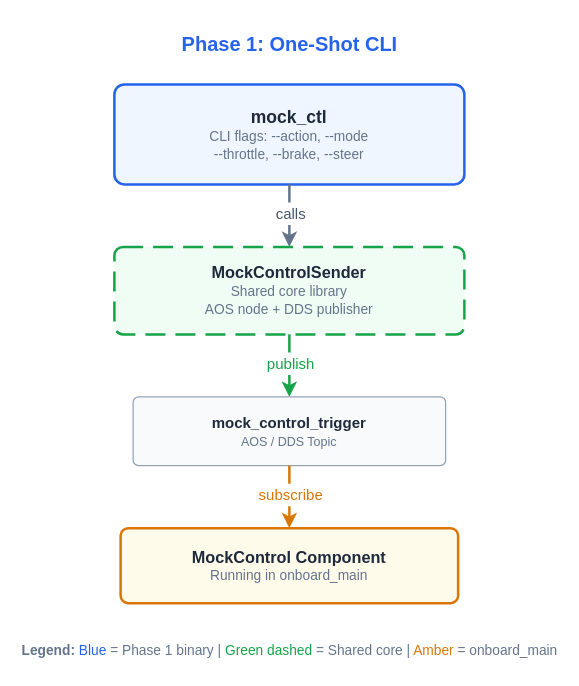
Earlier version of the draw.io diagram mock-control-cli/phase1.drawio (terry-zhangty/design-docs). Source tidied: cells renumbered, new cells numbered last; positions are measured from the earlier drawing's top-left corner, leaving out a move shared by most shapes. Both pictures are drawn from the tidied source at 125%, with x=0, y=0 at pixel (64, 21).
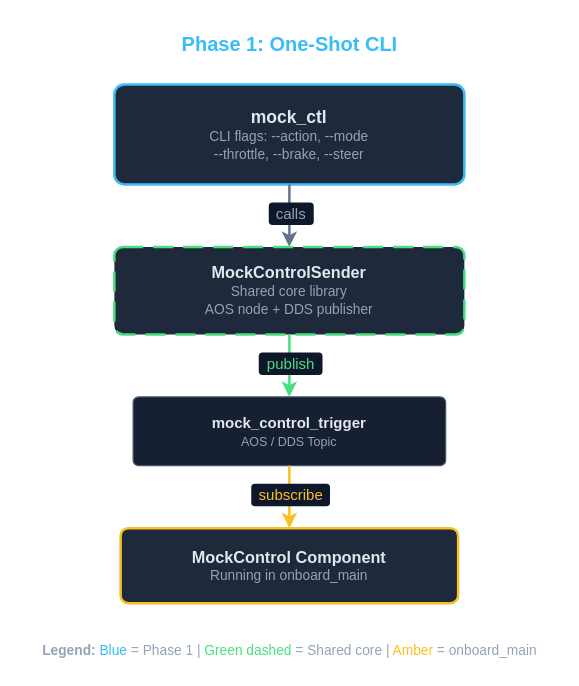
The same diagram, later.

Commit message (it also covers changes not shown here):
Revert to dark theme for page and diagrams

Change to the diagram source:
```diff
@@
 <mxGraphModel>
   <root>
     <mxCell id="0" />
     <mxCell id="1" parent="0" />
-    <mxCell id="2" value="&lt;b style=&quot;font-size:16px&quot;&gt;Phase 1: One-Shot CLI&lt;/b&gt;" style="text;html=1;strokeColor=none;fillColor=none;align=center;verticalAlign=middle;fontColor=#2563eb;" parent="1" vertex="1">
+    <mxCell id="2" value="&lt;b style=&quot;font-size:16px&quot;&gt;Phase 1: One-Shot CLI&lt;/b&gt;" style="text;html=1;strokeColor=none;fillColor=none;align=center;verticalAlign=middle;fontColor=#38bdf8;" parent="1" vertex="1">
       <mxGeometry x="30" width="300" height="35" as="geometry" />
     </mxCell>
-    <mxCell id="3" value="&lt;b style=&quot;font-size:14px&quot;&gt;mock_ctl&lt;/b&gt;&lt;br&gt;&lt;span style=&quot;font-size:11px;color:#64748b&quot;&gt;CLI flags: --action, --mode&lt;br&gt;--throttle, --brake, --steer&lt;/span&gt;" style="rounded=1;whiteSpace=wrap;html=1;fillColor=#eff6ff;strokeColor=#2563eb;strokeWidth=2;fontColor=#1e293b;arcSize=10;" parent="1" vertex="1">
+    <mxCell id="3" value="&lt;b style=&quot;font-size:14px&quot;&gt;mock_ctl&lt;/b&gt;&lt;br&gt;&lt;span style=&quot;font-size:11px;color:#94a3b8&quot;&gt;CLI flags: --action, --mode&lt;br&gt;--throttle, --brake, --steer&lt;/span&gt;" style="rounded=1;whiteSpace=wrap;html=1;fillColor=#1e293b;strokeColor=#38bdf8;strokeWidth=2;fontColor=#e2e8f0;arcSize=10;" parent="1" vertex="1">
       <mxGeometry x="40" y="50" width="280" height="80" as="geometry" />
     </mxCell>
     <mxCell id="4" style="edgeStyle=orthogonalEdgeStyle;rounded=1;html=1;strokeColor=#64748b;strokeWidth=2;exitX=0.5;exitY=1;entryX=0.5;entryY=0;endArrow=classic;endFill=1;" parent="1" edge="1" source="3" target="6">
       <mxGeometry relative="1" as="geometry" />
     </mxCell>
-    <mxCell id="5" value="&lt;span style=&quot;font-size:12px;color:#475569;background:#ffffff;padding:2px 6px;border-radius:3px&quot;&gt;calls&lt;/span&gt;" style="edgeLabel;html=1;align=center;verticalAlign=middle;" parent="4" vertex="1">
+    <mxCell id="5" value="&lt;span style=&quot;font-size:12px;color:#94a3b8;background:#0f172a;padding:2px 6px;border-radius:3px&quot;&gt;calls&lt;/span&gt;" style="edgeLabel;html=1;align=center;verticalAlign=middle;" parent="4" vertex="1">
       <mxGeometry x="-0.1" relative="1" as="geometry" />
     </mxCell>
-    <mxCell id="6" value="&lt;b style=&quot;font-size:13px&quot;&gt;MockControlSender&lt;/b&gt;&lt;br&gt;&lt;span style=&quot;font-size:11px;color:#64748b&quot;&gt;Shared core library&lt;br&gt;AOS node + DDS publisher&lt;/span&gt;" style="rounded=1;whiteSpace=wrap;html=1;fillColor=#f0fdf4;strokeColor=#16a34a;strokeWidth=2;fontColor=#1e293b;arcSize=10;dashed=1;dashPattern=8 4;" parent="1" vertex="1">
+    <mxCell id="6" value="&lt;b style=&quot;font-size:13px&quot;&gt;MockControlSender&lt;/b&gt;&lt;br&gt;&lt;span style=&quot;font-size:11px;color:#94a3b8&quot;&gt;Shared core library&lt;br&gt;AOS node + DDS publisher&lt;/span&gt;" style="rounded=1;whiteSpace=wrap;html=1;fillColor=#1e293b;strokeColor=#4ade80;strokeWidth=2;fontColor=#e2e8f0;arcSize=10;dashed=1;dashPattern=8 4;" parent="1" vertex="1">
       <mxGeometry x="40" y="180" width="280" height="70" as="geometry" />
     </mxCell>
-    <mxCell id="7" style="edgeStyle=orthogonalEdgeStyle;rounded=1;html=1;strokeColor=#16a34a;strokeWidth=2;exitX=0.5;exitY=1;entryX=0.5;entryY=0;endArrow=classic;endFill=1;" parent="1" edge="1" source="6" target="9">
+    <mxCell id="7" style="edgeStyle=orthogonalEdgeStyle;rounded=1;html=1;strokeColor=#4ade80;strokeWidth=2;exitX=0.5;exitY=1;entryX=0.5;entryY=0;endArrow=classic;endFill=1;" parent="1" edge="1" source="6" target="9">
       <mxGeometry relative="1" as="geometry" />
     </mxCell>
-    <mxCell id="8" value="&lt;span style=&quot;font-size:12px;color:#16a34a;background:#ffffff;padding:2px 6px;border-radius:3px&quot;&gt;publish&lt;/span&gt;" style="edgeLabel;html=1;align=center;verticalAlign=middle;" parent="7" vertex="1">
+    <mxCell id="8" value="&lt;span style=&quot;font-size:12px;color:#4ade80;background:#0f172a;padding:2px 6px;border-radius:3px&quot;&gt;publish&lt;/span&gt;" style="edgeLabel;html=1;align=center;verticalAlign=middle;" parent="7" vertex="1">
       <mxGeometry x="-0.1" relative="1" as="geometry" />
     </mxCell>
-    <mxCell id="9" value="&lt;b style=&quot;font-size:12px&quot;&gt;mock_control_trigger&lt;/b&gt;&lt;br&gt;&lt;span style=&quot;font-size:10px;color:#64748b&quot;&gt;AOS / DDS Topic&lt;/span&gt;" style="rounded=1;whiteSpace=wrap;html=1;fillColor=#f8fafc;strokeColor=#94a3b8;strokeWidth=1;fontColor=#1e293b;arcSize=8;" parent="1" vertex="1">
+    <mxCell id="9" value="&lt;b style=&quot;font-size:12px&quot;&gt;mock_control_trigger&lt;/b&gt;&lt;br&gt;&lt;span style=&quot;font-size:10px;color:#94a3b8&quot;&gt;AOS / DDS Topic&lt;/span&gt;" style="rounded=1;whiteSpace=wrap;html=1;fillColor=#162032;strokeColor=#475569;strokeWidth=1;fontColor=#e2e8f0;arcSize=8;" parent="1" vertex="1">
       <mxGeometry x="55" y="300" width="250" height="55" as="geometry" />
     </mxCell>
-    <mxCell id="10" style="edgeStyle=orthogonalEdgeStyle;rounded=1;html=1;strokeColor=#d97706;strokeWidth=2;exitX=0.5;exitY=1;entryX=0.5;entryY=0;endArrow=classic;endFill=1;" parent="1" edge="1" source="9" target="12">
+    <mxCell id="10" style="edgeStyle=orthogonalEdgeStyle;rounded=1;html=1;strokeColor=#fbbf24;strokeWidth=2;exitX=0.5;exitY=1;entryX=0.5;entryY=0;endArrow=classic;endFill=1;" parent="1" edge="1" source="9" target="12">
       <mxGeometry relative="1" as="geometry" />
     </mxCell>
-    <mxCell id="11" value="&lt;span style=&quot;font-size:12px;color:#d97706;background:#ffffff;padding:2px 6px;border-radius:3px&quot;&gt;subscribe&lt;/span&gt;" style="edgeLabel;html=1;align=center;verticalAlign=middle;" parent="10" vertex="1">
+    <mxCell id="11" value="&lt;span style=&quot;font-size:12px;color:#fbbf24;background:#0f172a;padding:2px 6px;border-radius:3px&quot;&gt;subscribe&lt;/span&gt;" style="edgeLabel;html=1;align=center;verticalAlign=middle;" parent="10" vertex="1">
       <mxGeometry x="-0.1" relative="1" as="geometry" />
     </mxCell>
-    <mxCell id="12" value="&lt;b style=&quot;font-size:13px&quot;&gt;MockControl Component&lt;/b&gt;&lt;br&gt;&lt;span style=&quot;font-size:11px;color:#64748b&quot;&gt;Running in onboard_main&lt;/span&gt;" style="rounded=1;whiteSpace=wrap;html=1;fillColor=#fffbeb;strokeColor=#d97706;strokeWidth=2;fontColor=#1e293b;arcSize=10;" parent="1" vertex="1">
+    <mxCell id="12" value="&lt;b style=&quot;font-size:13px&quot;&gt;MockControl Component&lt;/b&gt;&lt;br&gt;&lt;span style=&quot;font-size:11px;color:#94a3b8&quot;&gt;Running in onboard_main&lt;/span&gt;" style="rounded=1;whiteSpace=wrap;html=1;fillColor=#1e293b;strokeColor=#fbbf24;strokeWidth=2;fontColor=#e2e8f0;arcSize=10;" parent="1" vertex="1">
       <mxGeometry x="45" y="405" width="270" height="60" as="geometry" />
     </mxCell>
-    <mxCell id="13" value="&lt;span style=&quot;font-size:11px;color:#64748b&quot;&gt;&lt;b&gt;Legend:&lt;/b&gt;  &lt;span style=&quot;color:#2563eb&quot;&gt;Blue&lt;/span&gt; = Phase 1 binary  |  &lt;span style=&quot;color:#16a34a&quot;&gt;Green dashed&lt;/span&gt; = Shared core  |  &lt;span style=&quot;color:#d97706&quot;&gt;Amber&lt;/span&gt; = onboard_main&lt;/span&gt;" style="text;html=1;strokeColor=none;fillColor=none;align=center;verticalAlign=middle;" parent="1" vertex="1">
+    <mxCell id="13" value="&lt;span style=&quot;font-size:11px;color:#94a3b8&quot;&gt;&lt;b&gt;Legend:&lt;/b&gt;  &lt;span style=&quot;color:#38bdf8&quot;&gt;Blue&lt;/span&gt; = Phase 1  |  &lt;span style=&quot;color:#4ade80&quot;&gt;Green dashed&lt;/span&gt; = Shared core  |  &lt;span style=&quot;color:#fbbf24&quot;&gt;Amber&lt;/span&gt; = onboard_main&lt;/span&gt;" style="text;html=1;strokeColor=none;fillColor=none;align=center;verticalAlign=middle;" parent="1" vertex="1">
       <mxGeometry y="490" width="360" height="25" as="geometry" />
     </mxCell>
   </root>
 </mxGraphModel>
```
